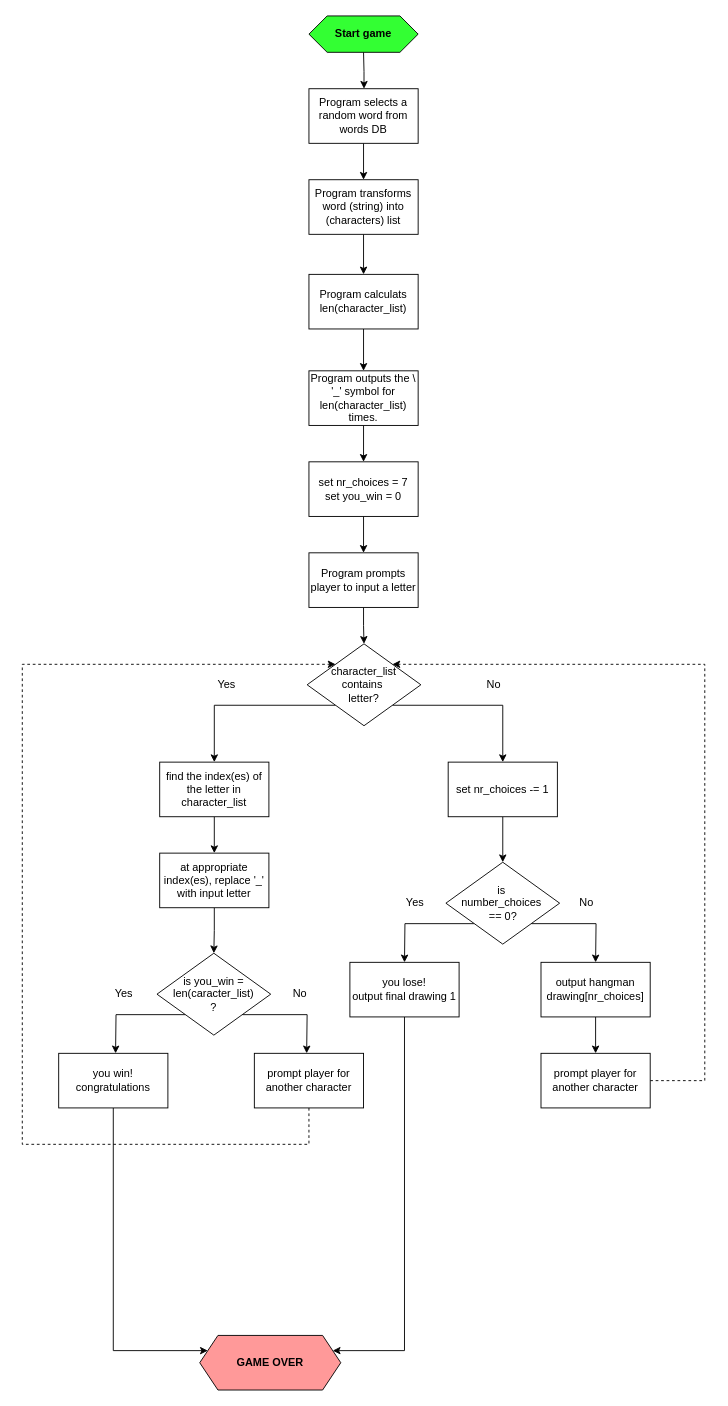
The draw.io diagram hangman.drawio in rob-21/python-exercises, before the edit. Source tidied: cells renumbered, new cells numbered last; positions are measured from the earlier drawing's top-left corner, leaving out a move shared by most shapes. Both pictures are drawn from the tidied source at 91%, with x=0, y=0 at pixel (22, 15).
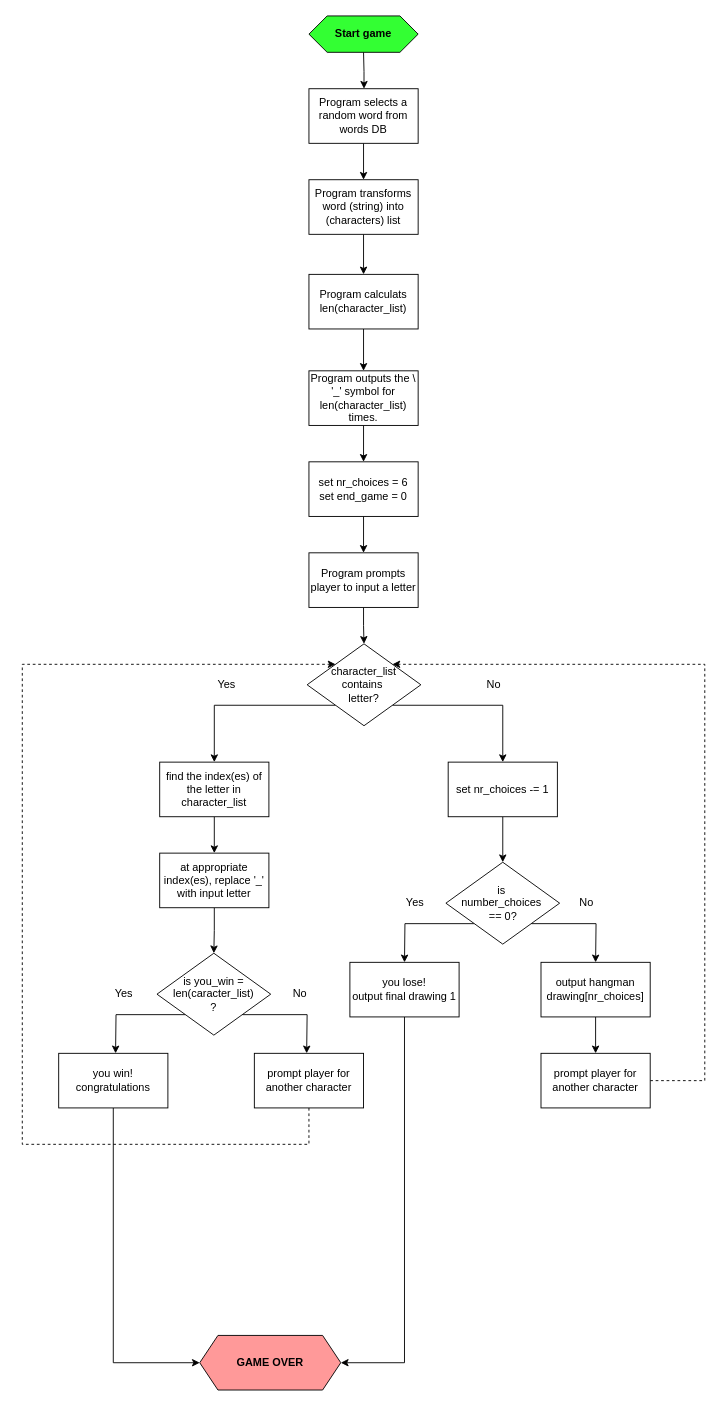
Above is the later version.

The change refers to these unchanged cells:
```xml
<mxCell id="45" value="&lt;div&gt;you lose!&lt;br&gt;&lt;/div&gt;&lt;div&gt;output final drawing 1&lt;/div&gt;" style="rounded=0;whiteSpace=wrap;html=1;" parent="1" vertex="1">
  <mxGeometry x="360" y="1040" width="120" height="60" as="geometry" />
</mxCell>
<mxCell id="47" value="&lt;div&gt;you win!&lt;/div&gt;&lt;div&gt;congratulations&lt;br&gt;&lt;/div&gt;" style="rounded=0;whiteSpace=wrap;html=1;" parent="1" vertex="1">
  <mxGeometry x="40" y="1140" width="120" height="60" as="geometry" />
</mxCell>
<mxCell id="48" value="&lt;b&gt;GAME OVER&lt;br&gt;&lt;/b&gt;" style="shape=hexagon;perimeter=hexagonPerimeter2;whiteSpace=wrap;html=1;fixedSize=1;fillColor=#FF9999;" parent="1" vertex="1">
  <mxGeometry x="195" y="1450" width="155" height="60" as="geometry" />
</mxCell>
```

The edit, as a diff of the source:
```diff
@@
-    <mxCell id="26" value="&lt;div&gt;set nr_choices = 7&lt;/div&gt;&lt;div&gt;set you_win = 0&lt;br&gt;&lt;/div&gt;" style="rounded=0;whiteSpace=wrap;html=1;" parent="1" vertex="1">
+    <mxCell id="26" value="&lt;div&gt;set nr_choices = 6&lt;br&gt;&lt;/div&gt;&lt;div&gt;set end_game = 0&lt;br&gt;&lt;/div&gt;" style="rounded=0;whiteSpace=wrap;html=1;" parent="1" vertex="1">
       <mxGeometry x="315" y="490" width="120" height="60" as="geometry" />
     </mxCell>
@@
-    <mxCell id="44" style="edgeStyle=orthogonalEdgeStyle;rounded=0;jettySize=auto;html=1;entryX=1;entryY=0.25;entryDx=0;entryDy=0;" parent="1" edge="1" source="45" target="48">
+    <mxCell id="44" style="edgeStyle=orthogonalEdgeStyle;rounded=0;jettySize=auto;html=1;entryX=1;entryY=0.5;entryDx=0;entryDy=0;" parent="1" edge="1" source="45" target="48">
       <mxGeometry relative="1" as="geometry">
         <Array as="points">
-          <mxPoint x="420" y="1467" />
+          <mxPoint x="420" y="1480" />
         </Array>
       </mxGeometry>
     </mxCell>
@@
-    <mxCell id="46" style="edgeStyle=orthogonalEdgeStyle;rounded=0;jettySize=auto;html=1;entryX=0;entryY=0.25;entryDx=0;entryDy=0;" parent="1" edge="1" source="47" target="48">
+    <mxCell id="46" style="edgeStyle=orthogonalEdgeStyle;rounded=0;jettySize=auto;html=1;entryX=0;entryY=0.5;entryDx=0;entryDy=0;" parent="1" edge="1" source="47" target="48">
       <mxGeometry relative="1" as="geometry">
         <Array as="points">
-          <mxPoint x="100" y="1467" />
+          <mxPoint x="100" y="1480" />
         </Array>
       </mxGeometry>
     </mxCell>
```
